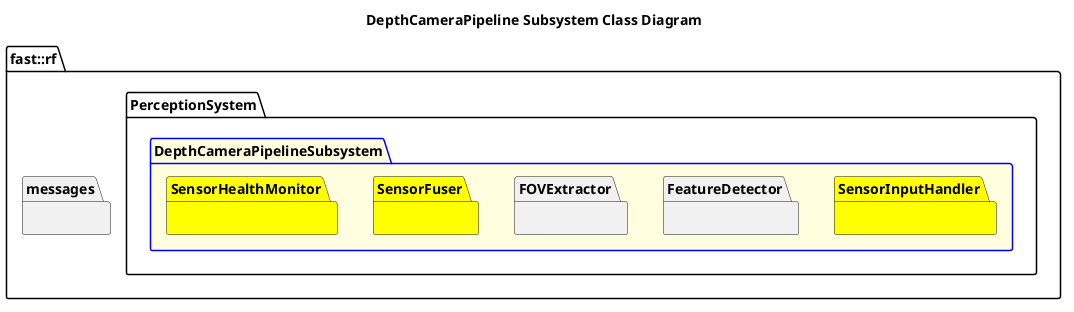
This is Systems/Perception/Subsystems/DepthCameraPipeline/doc/puml/DepthCameraPipelineSubsystemClassDiagram.png from fastrobotics/robot_framework, a PlantUML export, as it was before one commit.
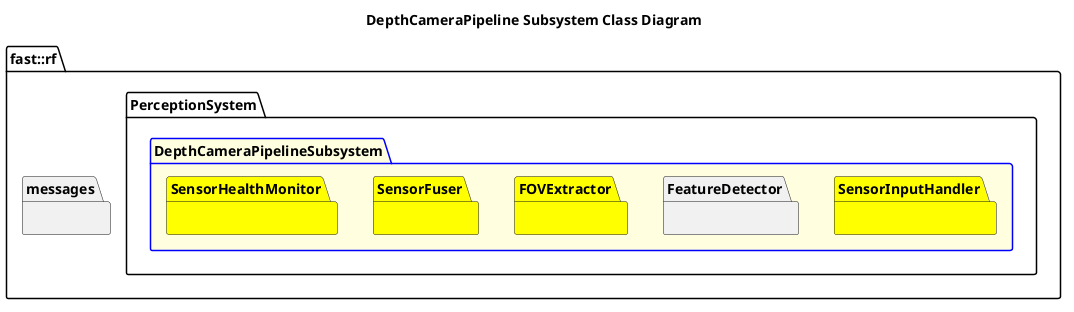
The same diagram one commit later.

The edit, as a diff of the source:
```diff
@@ -11,7 +11,7 @@
         namespace FeatureDetector {
 
         }
-        namespace FOVExtractor {
+        namespace FOVExtractor #Yellow {
 
         }
         namespace SensorFuser #Yellow {
```
